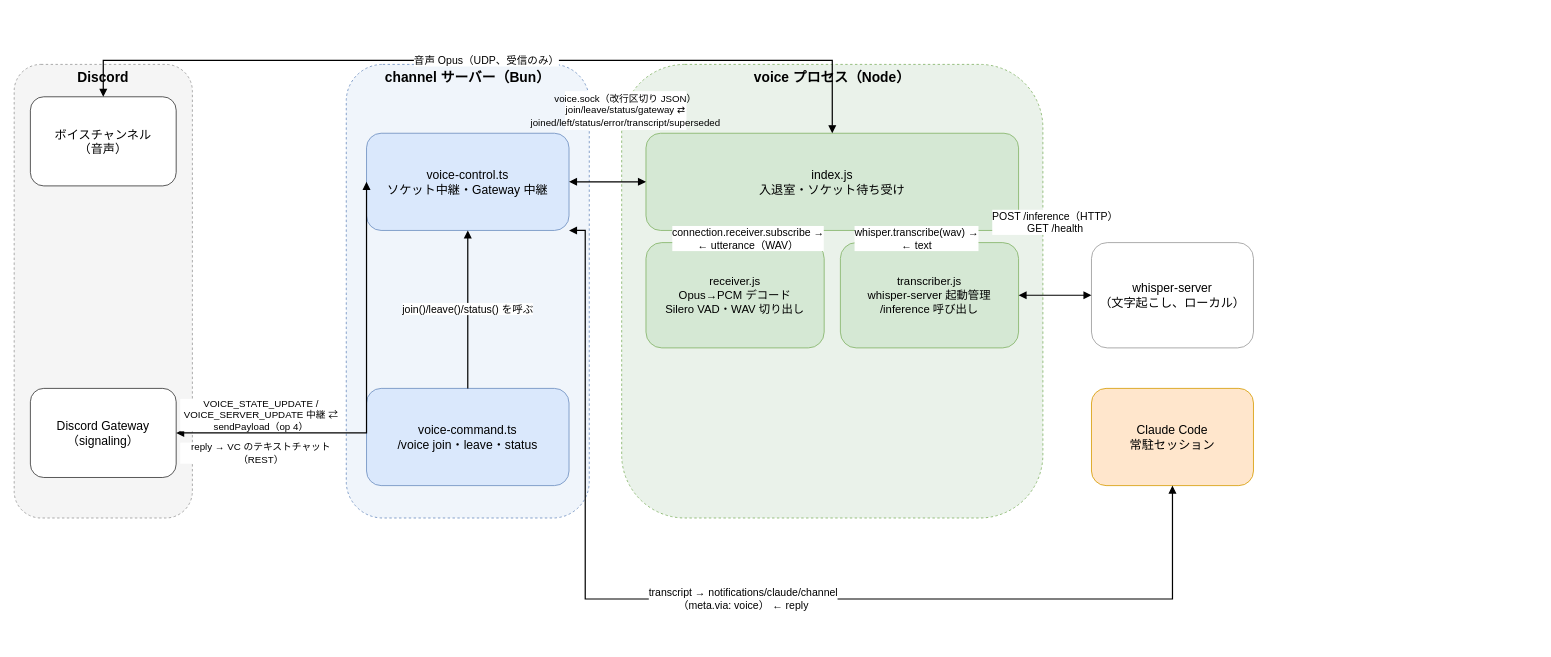
Above: docs/diagrams/voice-architecture.drawio in umitsu-tech/claude-code-discord-bot (draw.io), before the change. Source tidied: cells renumbered, new cells numbered last; positions are measured from the earlier drawing's top-left corner, leaving out a move shared by most shapes. Both pictures are drawn from the tidied source at 81%, with x=0, y=0 at pixel (14, 60).
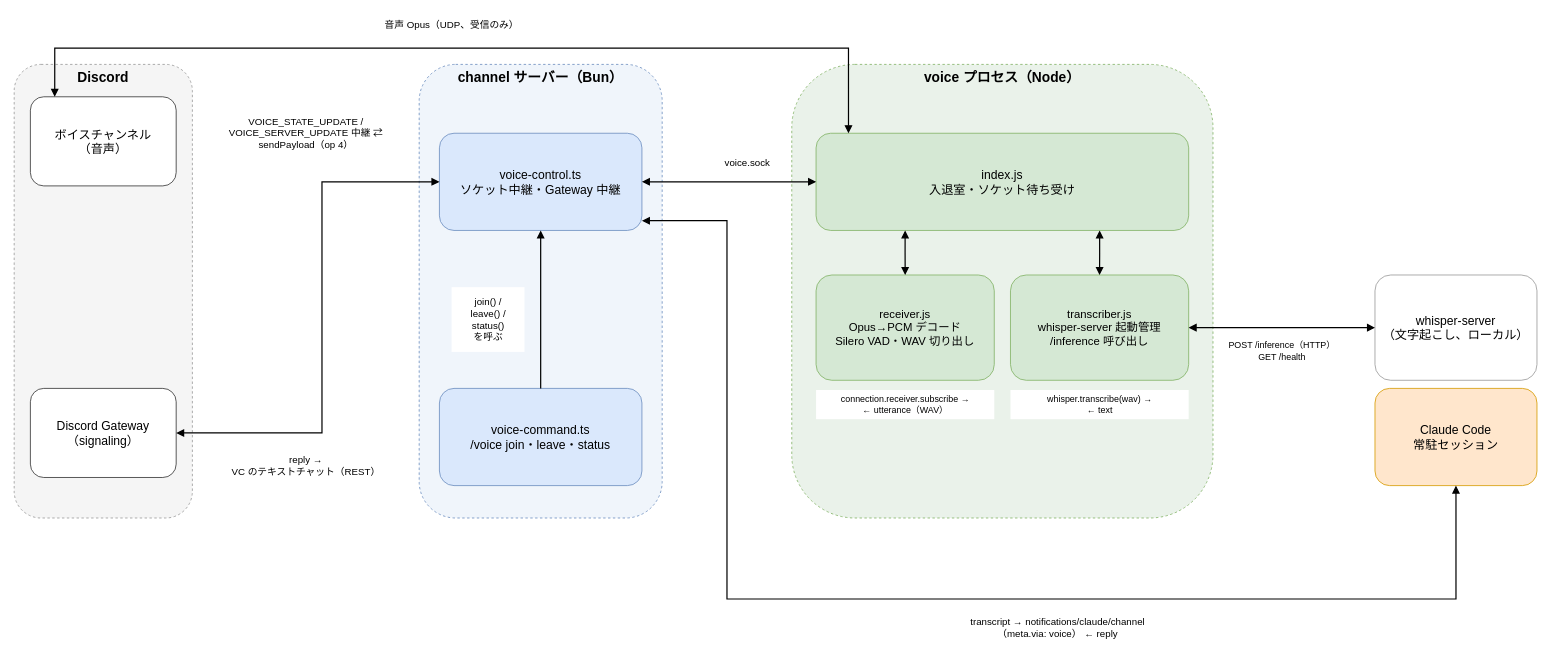
Above is the later version.

Commit message (it also covers changes not shown here):
構成図の矢印を箱に垂直に出入りさせ、ラベルを線・枠線から離す (#80)

The change refers to these unchanged cells:
```xml
<mxCell id="3" value="ボイスチャンネル&lt;br&gt;（音声）" style="rounded=1;whiteSpace=wrap;html=1;fillColor=#FFFFFF;strokeColor=#333333;fontSize=15;" parent="1" vertex="1">
  <mxGeometry x="20" y="45" width="180" height="110" as="geometry" />
</mxCell>
<mxCell id="4" value="Discord Gateway&lt;br&gt;（signaling）" style="rounded=1;whiteSpace=wrap;html=1;fillColor=#FFFFFF;strokeColor=#333333;fontSize=15;" parent="1" vertex="1">
  <mxGeometry x="20" y="405" width="180" height="110" as="geometry" />
</mxCell>
```

Change to the diagram source:
```diff
@@
     <mxCell id="5" value="channel サーバー（Bun）" style="rounded=1;whiteSpace=wrap;html=1;fillColor=#F0F5FB;strokeColor=#6C8EBF;dashed=1;verticalAlign=top;fontStyle=1;fontSize=17;" parent="1" vertex="1">
-      <mxGeometry x="410" y="5" width="300" height="560" as="geometry" />
+      <mxGeometry x="500" y="5" width="300" height="560" as="geometry" />
     </mxCell>
     <mxCell id="6" value="voice-control.ts&lt;br&gt;ソケット中継・Gateway 中継" style="rounded=1;whiteSpace=wrap;html=1;fillColor=#DAE8FC;strokeColor=#6C8EBF;fontSize=15;" parent="1" vertex="1">
-      <mxGeometry x="435" y="90" width="250" height="120" as="geometry" />
+      <mxGeometry x="525" y="90" width="250" height="120" as="geometry" />
     </mxCell>
     <mxCell id="7" value="voice-command.ts&lt;br&gt;/voice join・leave・status" style="rounded=1;whiteSpace=wrap;html=1;fillColor=#DAE8FC;strokeColor=#6C8EBF;fontSize=15;" parent="1" vertex="1">
-      <mxGeometry x="435" y="405" width="250" height="120" as="geometry" />
+      <mxGeometry x="525" y="405" width="250" height="120" as="geometry" />
     </mxCell>
     <mxCell id="8" value="voice プロセス（Node）" style="rounded=1;whiteSpace=wrap;html=1;fillColor=#EAF2EA;strokeColor=#82B366;dashed=1;verticalAlign=top;fontStyle=1;fontSize=17;" parent="1" vertex="1">
-      <mxGeometry x="750" y="5" width="520" height="560" as="geometry" />
+      <mxGeometry x="960" y="5" width="520" height="560" as="geometry" />
     </mxCell>
     <mxCell id="9" value="index.js&lt;br&gt;入退室・ソケット待ち受け" style="rounded=1;whiteSpace=wrap;html=1;fillColor=#D5E8D4;strokeColor=#82B366;fontSize=15;" parent="1" vertex="1">
-      <mxGeometry x="780" y="90" width="460" height="120" as="geometry" />
+      <mxGeometry x="990" y="90" width="460" height="120" as="geometry" />
     </mxCell>
     <mxCell id="10" value="receiver.js&lt;br&gt;Opus→PCM デコード&lt;br&gt;Silero VAD・WAV 切り出し" style="rounded=1;whiteSpace=wrap;html=1;fillColor=#D5E8D4;strokeColor=#82B366;fontSize=14;" parent="1" vertex="1">
-      <mxGeometry x="780" y="225" width="220" height="130" as="geometry" />
+      <mxGeometry x="990" y="265" width="220" height="130" as="geometry" />
     </mxCell>
     <mxCell id="11" value="transcriber.js&lt;br&gt;whisper-server 起動管理&lt;br&gt;/inference 呼び出し" style="rounded=1;whiteSpace=wrap;html=1;fillColor=#D5E8D4;strokeColor=#82B366;fontSize=14;" parent="1" vertex="1">
-      <mxGeometry x="1020" y="225" width="220" height="130" as="geometry" />
+      <mxGeometry x="1230" y="265" width="220" height="130" as="geometry" />
     </mxCell>
     <mxCell id="12" value="whisper-server&lt;br&gt;（文字起こし、ローカル）" style="rounded=1;whiteSpace=wrap;html=1;fillColor=#FFFFFF;strokeColor=#999999;fontSize=15;" parent="1" vertex="1">
-      <mxGeometry x="1330" y="225" width="200" height="130" as="geometry" />
+      <mxGeometry x="1680" y="265" width="200" height="130" as="geometry" />
     </mxCell>
     <mxCell id="13" value="Claude Code&lt;br&gt;常駐セッション" style="rounded=1;whiteSpace=wrap;html=1;fillColor=#FFE6CC;strokeColor=#D79B00;fontSize=15;" parent="1" vertex="1">
-      <mxGeometry x="1330" y="405" width="200" height="120" as="geometry" />
+      <mxGeometry x="1680" y="405" width="200" height="120" as="geometry" />
     </mxCell>
-    <mxCell id="14" style="edgeStyle=orthogonalEdgeStyle;rounded=0;html=1;fontSize=13;endArrow=block;endFill=1;strokeWidth=1.5;startArrow=block;startFill=1;exitX=1;exitY=0.5;entryX=0;entryY=0.5;labelBackgroundColor=#ffffff;" parent="1" edge="1" source="4" target="6">
+    <mxCell id="14" style="edgeStyle=orthogonalEdgeStyle;rounded=0;html=1;fontSize=13;endArrow=block;endFill=1;strokeWidth=1.5;startArrow=block;startFill=1;exitX=1;exitY=0.5;entryX=0;entryY=0.5;" parent="1" edge="1" source="4" target="6">
       <mxGeometry relative="1" as="geometry">
         <Array as="points">
-          <mxPoint x="435" y="460" />
+          <mxPoint x="380" y="460" />
         </Array>
       </mxGeometry>
     </mxCell>
-    <mxCell id="15" value="VOICE_STATE_UPDATE / VOICE_SERVER_UPDATE 中継 ⇄&lt;br&gt;sendPayload（op 4）" style="rounded=0;whiteSpace=wrap;html=1;fillColor=#ffffff;strokeColor=none;fontSize=12;align=center;verticalAlign=middle;" parent="1" vertex="1">
-      <mxGeometry x="205" y="418" width="200" height="40" as="geometry" />
+    <mxCell id="15" value="VOICE_STATE_UPDATE /&lt;br&gt;VOICE_SERVER_UPDATE 中継 ⇄&lt;br&gt;sendPayload（op 4）" style="rounded=0;whiteSpace=nowrap;html=1;fillColor=#ffffff;strokeColor=none;fontSize=12;align=center;verticalAlign=middle;" parent="1" vertex="1">
+      <mxGeometry x="230" y="45" width="260" height="90" as="geometry" />
     </mxCell>
-    <mxCell id="16" value="reply → VC のテキストチャット（REST）" style="rounded=0;whiteSpace=wrap;html=1;fillColor=#ffffff;strokeColor=none;fontSize=12;align=center;verticalAlign=middle;" parent="1" vertex="1">
-      <mxGeometry x="205" y="472" width="200" height="26" as="geometry" />
+    <mxCell id="16" value="reply →&lt;br&gt;VC のテキストチャット（REST）" style="rounded=0;whiteSpace=nowrap;html=1;fillColor=#ffffff;strokeColor=none;fontSize=12;align=center;verticalAlign=middle;" parent="1" vertex="1">
+      <mxGeometry x="230" y="480" width="260" height="40" as="geometry" />
     </mxCell>
-    <mxCell id="17" value="join()/leave()/status() を呼ぶ" style="edgeStyle=orthogonalEdgeStyle;rounded=0;html=1;fontSize=13;endArrow=block;endFill=1;strokeWidth=1.5;exitX=0.5;exitY=0;entryX=0.5;entryY=1;labelBackgroundColor=#ffffff;" parent="1" edge="1" source="7" target="6">
+    <mxCell id="17" style="edgeStyle=orthogonalEdgeStyle;rounded=0;html=1;fontSize=13;endArrow=block;endFill=1;strokeWidth=1.5;exitX=0.5;exitY=0;entryX=0.5;entryY=1;" parent="1" edge="1" source="7" target="6">
       <mxGeometry relative="1" as="geometry" />
     </mxCell>
+    <mxCell id="25" value="join() /&lt;br&gt;leave() /&lt;br&gt;status()&lt;br&gt;を呼ぶ" style="rounded=0;whiteSpace=nowrap;html=1;fillColor=#ffffff;strokeColor=none;fontSize=12;align=center;verticalAlign=middle;" parent="1" vertex="1">
+      <mxGeometry x="540" y="280" width="90" height="80" as="geometry" />
+    </mxCell>
-    <mxCell id="18" style="edgeStyle=orthogonalEdgeStyle;rounded=0;html=1;fontSize=13;endArrow=block;endFill=1;strokeWidth=1.5;startArrow=block;startFill=1;exitX=1;exitY=0.5;entryX=0;entryY=0.5;labelBackgroundColor=#ffffff;" parent="1" edge="1" source="6" target="9">
+    <mxCell id="18" style="edgeStyle=orthogonalEdgeStyle;rounded=0;html=1;fontSize=13;endArrow=block;endFill=1;strokeWidth=1.5;startArrow=block;startFill=1;exitX=1;exitY=0.5;entryX=0;entryY=0.5;" parent="1" edge="1" source="6" target="9">
       <mxGeometry relative="1" as="geometry" />
     </mxCell>
-    <mxCell id="19" value="voice.sock（改行区切り JSON）&lt;br&gt;join/leave/status/gateway ⇄&lt;br&gt;joined/left/status/error/transcript/superseded" style="rounded=0;whiteSpace=wrap;html=1;fillColor=#ffffff;strokeColor=none;fontSize=12;align=center;verticalAlign=middle;" parent="1" vertex="1">
-      <mxGeometry x="680" y="38" width="150" height="48" as="geometry" />
+    <mxCell id="19" value="voice.sock" style="rounded=0;whiteSpace=nowrap;html=1;fillColor=#ffffff;strokeColor=none;fontSize=12;align=center;verticalAlign=middle;" parent="1" vertex="1">
+      <mxGeometry x="860" y="115" width="90" height="24" as="geometry" />
     </mxCell>
-    <mxCell id="20" value="音声 Opus（UDP、受信のみ）" style="edgeStyle=orthogonalEdgeStyle;rounded=0;html=1;fontSize=13;endArrow=block;endFill=1;strokeWidth=1.5;startArrow=block;startFill=1;exitX=0.5;exitY=0;entryX=0.5;entryY=0;labelBackgroundColor=#ffffff;" parent="1" edge="1" source="3" target="9">
+    <mxCell id="20" style="edgeStyle=orthogonalEdgeStyle;rounded=0;html=1;fontSize=13;endArrow=block;endFill=1;strokeWidth=1.5;startArrow=block;startFill=1;exitX=0.167;exitY=0;entryX=0.087;entryY=0;" parent="1" edge="1" source="3" target="9">
       <mxGeometry relative="1" as="geometry">
         <Array as="points">
-          <mxPoint x="110" />
-          <mxPoint x="1010" />
+          <mxPoint x="50" y="-15" />
+          <mxPoint x="1030" y="-15" />
         </Array>
       </mxGeometry>
     </mxCell>
+    <mxCell id="26" value="音声 Opus（UDP、受信のみ）" style="rounded=0;whiteSpace=nowrap;html=1;fillColor=#ffffff;strokeColor=none;fontSize=12;align=center;verticalAlign=middle;" parent="1" vertex="1">
+      <mxGeometry x="430" y="-57" width="220" height="28" as="geometry" />
+    </mxCell>
-    <mxCell id="21" value="connection.receiver.subscribe →&lt;br&gt;← utterance（WAV）" style="edgeStyle=orthogonalEdgeStyle;rounded=0;html=1;fontSize=13;endArrow=block;endFill=1;strokeWidth=1.5;startArrow=block;startFill=1;exitX=0.3;exitY=1;entryX=0.5;entryY=0;labelBackgroundColor=#ffffff;" parent="1" edge="1" source="9" target="10">
+    <mxCell id="21" style="edgeStyle=orthogonalEdgeStyle;rounded=0;html=1;fontSize=13;endArrow=block;endFill=1;strokeWidth=1.5;startArrow=block;startFill=1;exitX=0.239;exitY=1;entryX=0.5;entryY=0;" parent="1" edge="1" source="9" target="10">
       <mxGeometry relative="1" as="geometry" />
     </mxCell>
+    <mxCell id="27" value="connection.receiver.subscribe →&lt;br&gt;← utterance（WAV）" style="rounded=0;whiteSpace=nowrap;html=1;fillColor=#ffffff;strokeColor=none;fontSize=11;align=center;verticalAlign=middle;" parent="1" vertex="1">
+      <mxGeometry x="990" y="407" width="220" height="36" as="geometry" />
+    </mxCell>
-    <mxCell id="22" value="whisper.transcribe(wav) →&lt;br&gt;← text" style="edgeStyle=orthogonalEdgeStyle;rounded=0;html=1;fontSize=13;endArrow=block;endFill=1;strokeWidth=1.5;startArrow=block;startFill=1;exitX=0.7;exitY=1;entryX=0.5;entryY=0;labelBackgroundColor=#ffffff;" parent="1" edge="1" source="9" target="11">
+    <mxCell id="22" style="edgeStyle=orthogonalEdgeStyle;rounded=0;html=1;fontSize=13;endArrow=block;endFill=1;strokeWidth=1.5;startArrow=block;startFill=1;exitX=0.761;exitY=1;entryX=0.5;entryY=0;" parent="1" edge="1" source="9" target="11">
       <mxGeometry relative="1" as="geometry" />
     </mxCell>
+    <mxCell id="28" value="whisper.transcribe(wav) →&lt;br&gt;← text" style="rounded=0;whiteSpace=nowrap;html=1;fillColor=#ffffff;strokeColor=none;fontSize=11;align=center;verticalAlign=middle;" parent="1" vertex="1">
+      <mxGeometry x="1230" y="407" width="220" height="36" as="geometry" />
+    </mxCell>
-    <mxCell id="23" value="POST /inference（HTTP）&lt;br&gt;GET /health" style="edgeStyle=orthogonalEdgeStyle;rounded=0;html=1;fontSize=13;endArrow=block;endFill=1;strokeWidth=1.5;startArrow=block;startFill=1;exitX=1;exitY=0.5;entryX=0;entryY=0.5;labelBackgroundColor=#ffffff;" parent="1" edge="1" source="11" target="12">
-      <mxGeometry relative="1" as="geometry">
-        <mxPoint y="-90" as="offset" />
-      </mxGeometry>
+    <mxCell id="23" style="edgeStyle=orthogonalEdgeStyle;rounded=0;html=1;fontSize=13;endArrow=block;endFill=1;strokeWidth=1.5;startArrow=block;startFill=1;exitX=1;exitY=0.5;entryX=0;entryY=0.5;" parent="1" edge="1" source="11" target="12">
+      <mxGeometry relative="1" as="geometry" />
     </mxCell>
+    <mxCell id="29" value="POST /inference（HTTP）&lt;br&gt;GET /health" style="rounded=0;whiteSpace=nowrap;html=1;fillColor=#ffffff;strokeColor=none;fontSize=11;align=center;verticalAlign=middle;" parent="1" vertex="1">
+      <mxGeometry x="1490" y="343" width="150" height="32" as="geometry" />
+    </mxCell>
-    <mxCell id="24" value="transcript → notifications/claude/channel&lt;br&gt;（meta.via: voice） ← reply" style="edgeStyle=orthogonalEdgeStyle;rounded=0;html=1;fontSize=13;endArrow=block;endFill=1;strokeWidth=1.5;startArrow=block;startFill=1;exitX=1;exitY=1;entryX=0.5;entryY=1;labelBackgroundColor=#ffffff;" parent="1" edge="1" source="6" target="13">
+    <mxCell id="24" style="edgeStyle=orthogonalEdgeStyle;rounded=0;html=1;fontSize=13;endArrow=block;endFill=1;strokeWidth=1.5;startArrow=block;startFill=1;exitX=1;exitY=0.9;entryX=0.5;entryY=1;" parent="1" edge="1" source="6" target="13">
       <mxGeometry relative="1" as="geometry">
         <Array as="points">
-          <mxPoint x="705" y="210" />
-          <mxPoint x="705" y="665" />
-          <mxPoint x="1430" y="665" />
+          <mxPoint x="880" y="198" />
+          <mxPoint x="880" y="665" />
+          <mxPoint x="1780" y="665" />
         </Array>
       </mxGeometry>
     </mxCell>
+    <mxCell id="30" value="transcript → notifications/claude/channel&lt;br&gt;（meta.via: voice） ← reply" style="rounded=0;whiteSpace=nowrap;html=1;fillColor=#ffffff;strokeColor=none;fontSize=12;align=center;verticalAlign=middle;" parent="1" vertex="1">
+      <mxGeometry x="1118" y="680" width="340" height="40" as="geometry" />
+    </mxCell>
```
